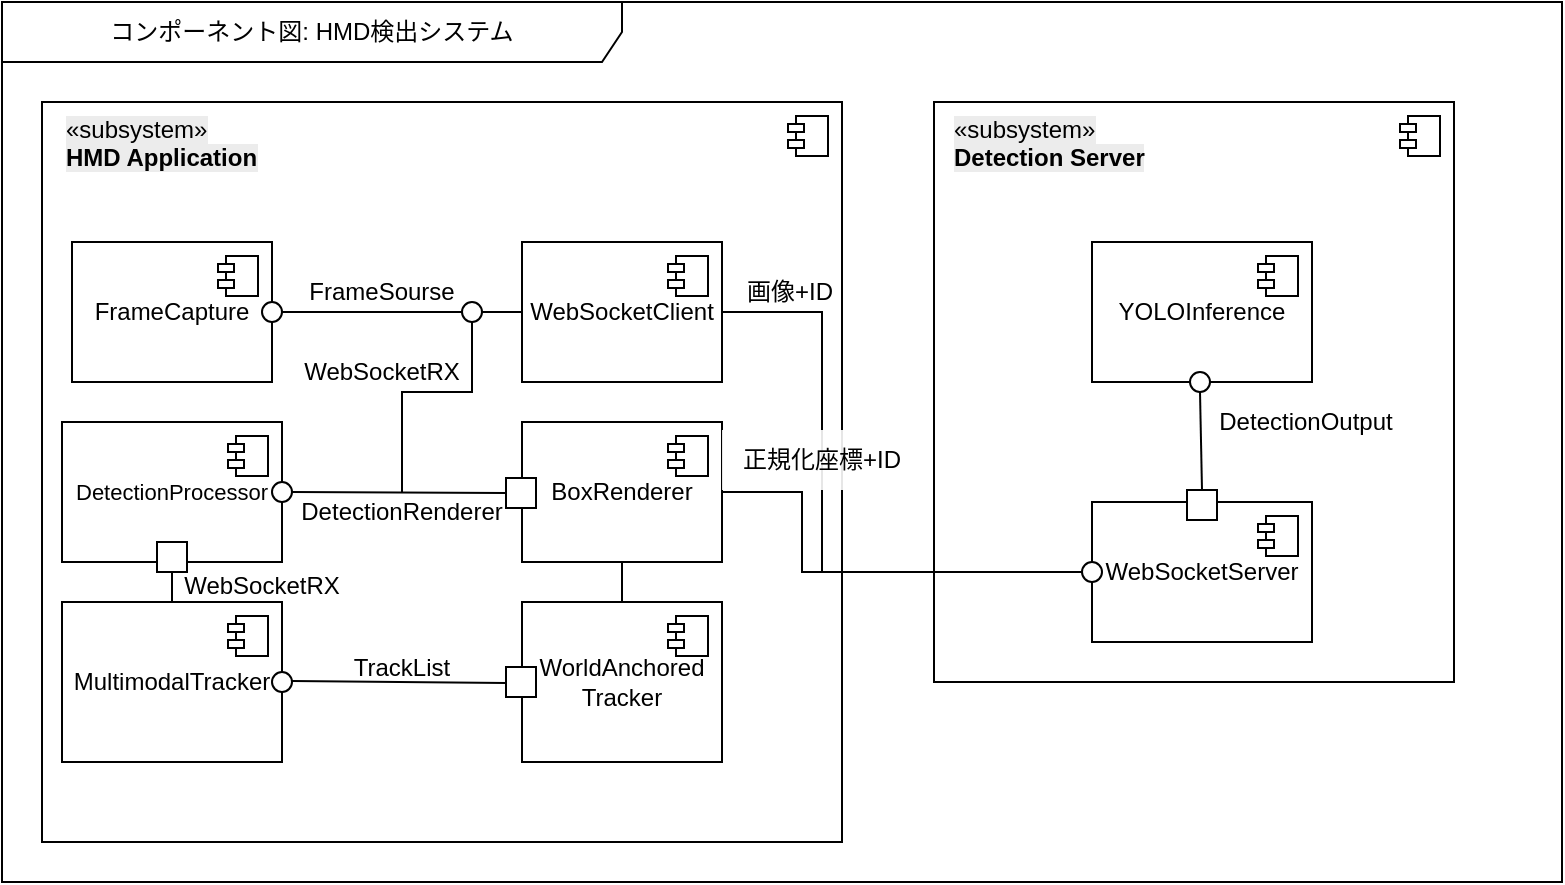
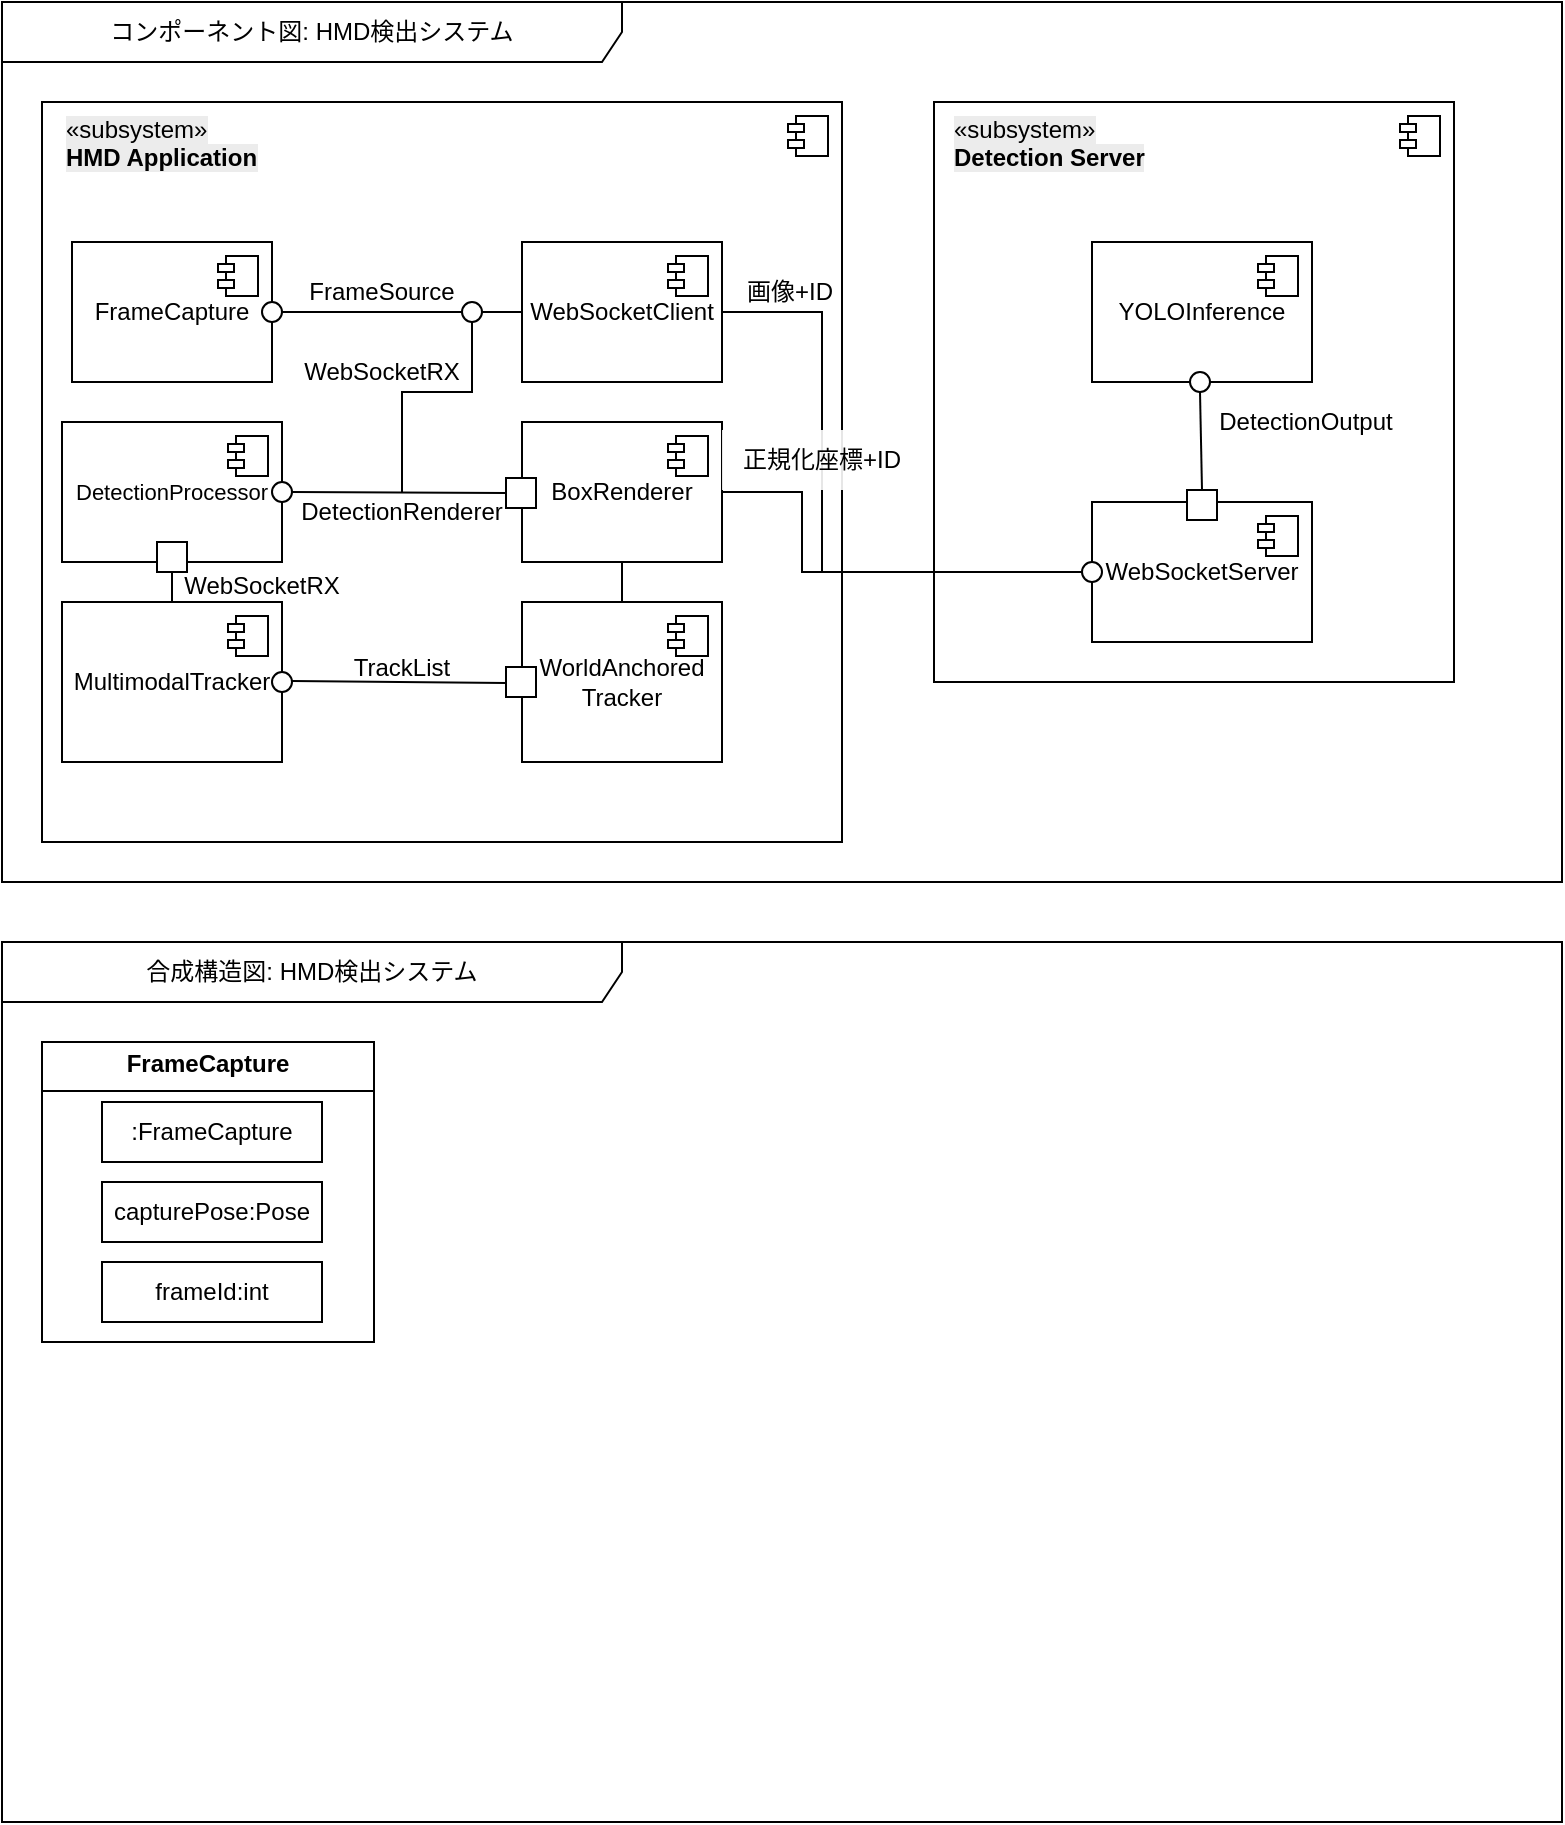
<mxfile host="app.diagrams.net">
  <diagram name="ページ-1" id="DtH6AvwE5zcW3kwFTXOg">
-     <mxGraphModel dx="1406" dy="780" grid="1" gridSize="10" guides="1" tooltips="1" connect="1" arrows="1" fold="1" page="1" pageScale="1" pageWidth="827" pageHeight="1169" math="0" shadow="0">
+     <mxGraphModel dx="803" dy="446" grid="1" gridSize="10" guides="1" tooltips="1" connect="1" arrows="1" fold="1" page="1" pageScale="1" pageWidth="827" pageHeight="1169" math="0" shadow="0">
      <root>
        <mxCell id="0" />
        <mxCell id="1" parent="0" />
        <mxCell id="3QeEdlnvxezNMO2gkXxy-1" parent="1" style="shape=umlFrame;whiteSpace=wrap;html=1;pointerEvents=0;width=310;height=30;" value="コンポーネント図: HMD検出システム" vertex="1">
          <mxGeometry height="440" width="780" x="24" y="10" as="geometry" />
        </mxCell>
        <mxCell id="3QeEdlnvxezNMO2gkXxy-2" parent="1" style="html=1;dropTarget=0;whiteSpace=wrap;align=left;" value="" vertex="1">
          <mxGeometry height="370" width="400" x="44" y="60" as="geometry" />
        </mxCell>
        <mxCell id="3QeEdlnvxezNMO2gkXxy-3" parent="3QeEdlnvxezNMO2gkXxy-2" style="shape=module;jettyWidth=8;jettyHeight=4;" value="" vertex="1">
          <mxGeometry height="20" relative="1" width="20" x="1" as="geometry">
            <mxPoint x="-27" y="7" as="offset" />
          </mxGeometry>
        </mxCell>
        <mxCell id="3QeEdlnvxezNMO2gkXxy-4" parent="1" style="text;whiteSpace=wrap;html=1;" value="&lt;span&gt;&lt;span style=&quot;color: rgb(0, 0, 0); font-family: Helvetica; font-size: 12px; font-style: normal; font-variant-ligatures: normal; font-variant-caps: normal; font-weight: 400; letter-spacing: normal; orphans: 2; text-align: left; text-indent: 0px; text-transform: none; widows: 2; word-spacing: 0px; -webkit-text-stroke-width: 0px; white-space: normal; text-decoration-thickness: initial; text-decoration-style: initial; text-decoration-color: initial; float: none; display: inline !important; background-color: rgb(236, 236, 236);&quot;&gt;«subsystem»&lt;/span&gt;&lt;br style=&quot;forced-color-adjust: none; color: rgb(0, 0, 0); font-family: Helvetica; font-size: 12px; font-style: normal; font-variant-ligatures: normal; font-variant-caps: normal; font-weight: 400; letter-spacing: normal; orphans: 2; text-align: left; text-indent: 0px; text-transform: none; widows: 2; word-spacing: 0px; -webkit-text-stroke-width: 0px; white-space: normal; text-decoration-thickness: initial; text-decoration-style: initial; text-decoration-color: initial; background-color: rgb(236, 236, 236);&quot;&gt;&lt;b style=&quot;forced-color-adjust: none; color: rgb(0, 0, 0); font-family: Helvetica; font-size: 12px; font-style: normal; font-variant-ligatures: normal; font-variant-caps: normal; letter-spacing: normal; orphans: 2; text-align: left; text-indent: 0px; text-transform: none; widows: 2; word-spacing: 0px; -webkit-text-stroke-width: 0px; white-space: normal; text-decoration-thickness: initial; text-decoration-style: initial; text-decoration-color: initial; background-color: rgb(236, 236, 236);&quot;&gt;HMD Application&lt;/b&gt;&lt;/span&gt;" vertex="1">
          <mxGeometry height="50" width="130" x="54" y="60" as="geometry" />
        </mxCell>
        <mxCell id="3QeEdlnvxezNMO2gkXxy-5" parent="1" style="html=1;dropTarget=0;whiteSpace=wrap;" value="FrameCapture" vertex="1">
          <mxGeometry height="70" width="100" x="59" y="130" as="geometry" />
        </mxCell>
        <mxCell id="3QeEdlnvxezNMO2gkXxy-6" parent="3QeEdlnvxezNMO2gkXxy-5" style="shape=module;jettyWidth=8;jettyHeight=4;" value="" vertex="1">
          <mxGeometry height="20" relative="1" width="20" x="1" as="geometry">
            <mxPoint x="-27" y="7" as="offset" />
          </mxGeometry>
        </mxCell>
        <mxCell id="3QeEdlnvxezNMO2gkXxy-7" parent="1" style="html=1;dropTarget=0;whiteSpace=wrap;" value="WebSocketClient&lt;span style=&quot;color: rgba(0, 0, 0, 0); font-family: monospace; font-size: 0px; text-align: start; text-wrap-mode: nowrap;&quot;&gt;%3CmxGraphModel%3E%3Croot%3E%3CmxCell%20id%3D%220%22%2F%3E%3CmxCell%20id%3D%221%22%20parent%3D%220%22%2F%3E%3CmxCell%20id%3D%222%22%20parent%3D%221%22%20style%3D%22html%3D1%3BdropTarget%3D0%3BwhiteSpace%3Dwrap%3B%22%20value%3D%22FrameCapture%22%20vertex%3D%221%22%3E%3CmxGeometry%20height%3D%2270%22%20width%3D%22100%22%20x%3D%2250%22%20y%3D%22150%22%20as%3D%22geometry%22%2F%3E%3C%2FmxCell%3E%3CmxCell%20id%3D%223%22%20parent%3D%222%22%20style%3D%22shape%3Dmodule%3BjettyWidth%3D8%3BjettyHeight%3D4%3B%22%20value%3D%22%22%20vertex%3D%221%22%3E%3CmxGeometry%20height%3D%2220%22%20relative%3D%221%22%20width%3D%2220%22%20x%3D%221%22%20as%3D%22geometry%22%3E%3CmxPoint%20x%3D%22-27%22%20y%3D%227%22%20as%3D%22offset%22%2F%3E%3C%2FmxGeometry%3E%3C%2FmxCell%3E%3C%2Froot%3E%3C%2FmxGraphModel%3E&lt;/span&gt;&lt;span style=&quot;color: rgba(0, 0, 0, 0); font-family: monospace; font-size: 0px; text-align: start; text-wrap-mode: nowrap;&quot;&gt;%3CmxGraphModel%3E%3Croot%3E%3CmxCell%20id%3D%220%22%2F%3E%3CmxCell%20id%3D%221%22%20parent%3D%220%22%2F%3E%3CmxCell%20id%3D%222%22%20parent%3D%221%22%20style%3D%22html%3D1%3BdropTarget%3D0%3BwhiteSpace%3Dwrap%3B%22%20value%3D%22FrameCapture%22%20vertex%3D%221%22%3E%3CmxGeometry%20height%3D%2270%22%20width%3D%22100%22%20x%3D%2250%22%20y%3D%22150%22%20as%3D%22geometry%22%2F%3E%3C%2FmxCell%3E%3CmxCell%20id%3D%223%22%20parent%3D%222%22%20style%3D%22shape%3Dmodule%3BjettyWidth%3D8%3BjettyHeight%3D4%3B%22%20value%3D%22%22%20vertex%3D%221%22%3E%3CmxGeometry%20height%3D%2220%22%20relative%3D%221%22%20width%3D%2220%22%20x%3D%221%22%20as%3D%22geometry%22%3E%3CmxPoint%20x%3D%22-27%22%20y%3D%227%22%20as%3D%22offset%22%2F%3E%3C%2FmxGeometry%3E%3C%2FmxCell%3E%3C%2Froot%3E%3C%2FmxGraphModel%3E&lt;/span&gt;" vertex="1">
          <mxGeometry height="70" width="100" x="284" y="130" as="geometry" />
        </mxCell>
        <mxCell id="3QeEdlnvxezNMO2gkXxy-8" parent="3QeEdlnvxezNMO2gkXxy-7" style="shape=module;jettyWidth=8;jettyHeight=4;" value="" vertex="1">
          <mxGeometry height="20" relative="1" width="20" x="1" as="geometry">
            <mxPoint x="-27" y="7" as="offset" />
          </mxGeometry>
        </mxCell>
        <mxCell id="3QeEdlnvxezNMO2gkXxy-9" parent="1" style="html=1;dropTarget=0;whiteSpace=wrap;" value="&lt;font style=&quot;font-size: 11px;&quot;&gt;DetectionProcessor&lt;/font&gt;" vertex="1">
          <mxGeometry height="70" width="110" x="54" y="220" as="geometry" />
        </mxCell>
        <mxCell id="3QeEdlnvxezNMO2gkXxy-10" parent="3QeEdlnvxezNMO2gkXxy-9" style="shape=module;jettyWidth=8;jettyHeight=4;" value="" vertex="1">
          <mxGeometry height="20" relative="1" width="20" x="1" as="geometry">
            <mxPoint x="-27" y="7" as="offset" />
          </mxGeometry>
        </mxCell>
        <mxCell id="3QeEdlnvxezNMO2gkXxy-11" parent="1" style="html=1;dropTarget=0;whiteSpace=wrap;" value="BoxRenderer" vertex="1">
          <mxGeometry height="70" width="100" x="284" y="220" as="geometry" />
        </mxCell>
        <mxCell id="3QeEdlnvxezNMO2gkXxy-12" parent="3QeEdlnvxezNMO2gkXxy-11" style="shape=module;jettyWidth=8;jettyHeight=4;" value="" vertex="1">
          <mxGeometry height="20" relative="1" width="20" x="1" as="geometry">
            <mxPoint x="-27" y="7" as="offset" />
          </mxGeometry>
        </mxCell>
        <mxCell id="3QeEdlnvxezNMO2gkXxy-13" parent="1" style="html=1;dropTarget=0;whiteSpace=wrap;" value="MultimodalTracker" vertex="1">
          <mxGeometry height="80" width="110" x="54" y="310" as="geometry" />
        </mxCell>
        <mxCell id="3QeEdlnvxezNMO2gkXxy-14" parent="3QeEdlnvxezNMO2gkXxy-13" style="shape=module;jettyWidth=8;jettyHeight=4;" value="" vertex="1">
          <mxGeometry height="20" relative="1" width="20" x="1" as="geometry">
            <mxPoint x="-27" y="7" as="offset" />
          </mxGeometry>
        </mxCell>
        <mxCell id="3QeEdlnvxezNMO2gkXxy-15" parent="1" style="html=1;dropTarget=0;whiteSpace=wrap;" value="WorldAnchored&lt;div&gt;Tracker&lt;/div&gt;" vertex="1">
          <mxGeometry height="80" width="100" x="284" y="310" as="geometry" />
        </mxCell>
        <mxCell id="3QeEdlnvxezNMO2gkXxy-16" parent="3QeEdlnvxezNMO2gkXxy-15" style="shape=module;jettyWidth=8;jettyHeight=4;" value="" vertex="1">
          <mxGeometry height="20" relative="1" width="20" x="1" as="geometry">
            <mxPoint x="-27" y="7" as="offset" />
          </mxGeometry>
        </mxCell>
        <mxCell id="3QeEdlnvxezNMO2gkXxy-18" parent="1" style="ellipse;whiteSpace=wrap;html=1;aspect=fixed;" value="" vertex="1">
          <mxGeometry height="10" width="10" x="154" y="160" as="geometry" />
        </mxCell>
        <mxCell id="3QeEdlnvxezNMO2gkXxy-19" edge="1" parent="1" source="3QeEdlnvxezNMO2gkXxy-18" style="endArrow=none;html=1;rounded=0;exitX=1;exitY=0.5;exitDx=0;exitDy=0;entryX=0;entryY=0.5;entryDx=0;entryDy=0;" target="3QeEdlnvxezNMO2gkXxy-7" value="">
          <mxGeometry height="50" relative="1" width="50" as="geometry">
            <mxPoint x="214" y="180.90909090909088" as="sourcePoint" />
            <mxPoint x="214" y="199.09090909090912" as="targetPoint" />
          </mxGeometry>
        </mxCell>
        <mxCell id="3QeEdlnvxezNMO2gkXxy-20" parent="1" style="ellipse;whiteSpace=wrap;html=1;aspect=fixed;" value="" vertex="1">
          <mxGeometry height="10" width="10" x="159" y="250" as="geometry" />
        </mxCell>
        <mxCell id="3QeEdlnvxezNMO2gkXxy-21" parent="1" style="whiteSpace=wrap;html=1;aspect=fixed;" value="" vertex="1">
          <mxGeometry height="15" width="15" x="276" y="248" as="geometry" />
        </mxCell>
        <mxCell id="3QeEdlnvxezNMO2gkXxy-22" edge="1" parent="1" source="3QeEdlnvxezNMO2gkXxy-21" style="endArrow=none;html=1;rounded=0;entryX=1;entryY=0.5;entryDx=0;entryDy=0;exitX=0;exitY=0.5;exitDx=0;exitDy=0;" target="3QeEdlnvxezNMO2gkXxy-20" value="">
          <mxGeometry height="50" relative="1" width="50" as="geometry">
            <Array as="points" />
            <mxPoint x="314" y="310" as="sourcePoint" />
            <mxPoint x="364" y="260" as="targetPoint" />
          </mxGeometry>
        </mxCell>
        <mxCell id="3QeEdlnvxezNMO2gkXxy-23" edge="1" parent="1" style="endArrow=none;html=1;rounded=0;entryX=0.5;entryY=1;entryDx=0;entryDy=0;" value="">
          <mxGeometry height="50" relative="1" width="50" as="geometry">
            <Array as="points">
              <mxPoint x="224" y="235" />
              <mxPoint x="224" y="205" />
              <mxPoint x="259" y="205" />
            </Array>
            <mxPoint x="224" y="255" as="sourcePoint" />
            <mxPoint x="259" y="165" as="targetPoint" />
          </mxGeometry>
        </mxCell>
        <mxCell id="3QeEdlnvxezNMO2gkXxy-17" parent="1" style="ellipse;whiteSpace=wrap;html=1;aspect=fixed;" value="" vertex="1">
          <mxGeometry height="10" width="10" x="254" y="160" as="geometry" />
        </mxCell>
        <mxCell id="3QeEdlnvxezNMO2gkXxy-24" parent="1" style="whiteSpace=wrap;html=1;aspect=fixed;" value="" vertex="1">
          <mxGeometry height="15" width="15" x="101.5" y="280" as="geometry" />
        </mxCell>
        <mxCell id="3QeEdlnvxezNMO2gkXxy-25" parent="1" style="whiteSpace=wrap;html=1;aspect=fixed;" value="" vertex="1">
          <mxGeometry height="15" width="15" x="276" y="342.5" as="geometry" />
        </mxCell>
        <mxCell id="3QeEdlnvxezNMO2gkXxy-26" parent="1" style="ellipse;whiteSpace=wrap;html=1;aspect=fixed;" value="" vertex="1">
          <mxGeometry height="10" width="10" x="159" y="345" as="geometry" />
        </mxCell>
        <mxCell id="3QeEdlnvxezNMO2gkXxy-27" edge="1" parent="1" style="endArrow=none;html=1;rounded=0;entryX=1;entryY=0.5;entryDx=0;entryDy=0;exitX=0;exitY=0.5;exitDx=0;exitDy=0;" value="">
          <mxGeometry height="50" relative="1" width="50" as="geometry">
            <Array as="points" />
            <mxPoint x="276" y="350.5" as="sourcePoint" />
            <mxPoint x="169" y="349.5" as="targetPoint" />
          </mxGeometry>
        </mxCell>
        <mxCell id="3QeEdlnvxezNMO2gkXxy-28" edge="1" parent="1" source="3QeEdlnvxezNMO2gkXxy-13" style="endArrow=none;html=1;rounded=0;entryX=0.5;entryY=1;entryDx=0;entryDy=0;exitX=0.5;exitY=0;exitDx=0;exitDy=0;" target="3QeEdlnvxezNMO2gkXxy-24" value="">
          <mxGeometry height="50" relative="1" width="50" as="geometry">
            <Array as="points" />
            <mxPoint x="281" y="311" as="sourcePoint" />
            <mxPoint x="174" y="310" as="targetPoint" />
          </mxGeometry>
        </mxCell>
        <mxCell id="3QeEdlnvxezNMO2gkXxy-29" edge="1" parent="1" source="3QeEdlnvxezNMO2gkXxy-15" style="endArrow=none;html=1;rounded=0;entryX=0.5;entryY=1;entryDx=0;entryDy=0;exitX=0.5;exitY=0;exitDx=0;exitDy=0;" target="3QeEdlnvxezNMO2gkXxy-11" value="">
          <mxGeometry height="50" relative="1" width="50" as="geometry">
            <Array as="points" />
            <mxPoint x="321" y="301" as="sourcePoint" />
            <mxPoint x="214" y="300" as="targetPoint" />
          </mxGeometry>
        </mxCell>
-         <mxCell id="3QeEdlnvxezNMO2gkXxy-30" parent="1" style="text;html=1;whiteSpace=wrap;strokeColor=none;fillColor=none;align=center;verticalAlign=middle;rounded=0;" value="FrameSourse" vertex="1">
+         <mxCell id="3QeEdlnvxezNMO2gkXxy-30" parent="1" style="text;html=1;whiteSpace=wrap;strokeColor=none;fillColor=none;align=center;verticalAlign=middle;rounded=0;" value="FrameSource" vertex="1">
          <mxGeometry height="30" width="60" x="184" y="140" as="geometry" />
        </mxCell>
        <mxCell id="3QeEdlnvxezNMO2gkXxy-31" parent="1" style="text;html=1;whiteSpace=wrap;strokeColor=none;fillColor=none;align=center;verticalAlign=middle;rounded=0;" value="WebSocketRX" vertex="1">
          <mxGeometry height="30" width="60" x="184" y="180" as="geometry" />
        </mxCell>
        <mxCell id="3QeEdlnvxezNMO2gkXxy-34" parent="1" style="text;html=1;whiteSpace=wrap;strokeColor=none;fillColor=none;align=center;verticalAlign=middle;rounded=0;" value="DetectionRenderer" vertex="1">
          <mxGeometry height="30" width="60" x="194" y="250" as="geometry" />
        </mxCell>
        <mxCell id="3QeEdlnvxezNMO2gkXxy-35" parent="1" style="text;html=1;whiteSpace=wrap;strokeColor=none;fillColor=none;align=center;verticalAlign=middle;rounded=0;" value="WebSocketRX" vertex="1">
          <mxGeometry height="30" width="60" x="124" y="287" as="geometry" />
        </mxCell>
        <mxCell id="3QeEdlnvxezNMO2gkXxy-36" parent="1" style="text;html=1;whiteSpace=wrap;strokeColor=none;fillColor=none;align=center;verticalAlign=middle;rounded=0;" value="TrackList" vertex="1">
          <mxGeometry height="30" width="60" x="194" y="327.5" as="geometry" />
        </mxCell>
        <mxCell id="3QeEdlnvxezNMO2gkXxy-37" parent="1" style="html=1;dropTarget=0;whiteSpace=wrap;align=left;" value="&lt;mxGraphModel&gt;&lt;root&gt;&lt;mxCell id=&quot;0&quot;/&gt;&lt;mxCell id=&quot;1&quot; parent=&quot;0&quot;/&gt;&lt;mxCell id=&quot;2&quot; parent=&quot;1&quot; style=&quot;html=1;dropTarget=0;whiteSpace=wrap;&quot; value=&quot;WebSocketClient&amp;lt;span style=&amp;quot;color: rgba(0, 0, 0, 0); font-family: monospace; font-size: 0px; text-align: start; text-wrap-mode: nowrap;&amp;quot;&amp;gt;%3CmxGraphModel%3E%3Croot%3E%3CmxCell%20id%3D%220%22%2F%3E%3CmxCell%20id%3D%221%22%20parent%3D%220%22%2F%3E%3CmxCell%20id%3D%222%22%20parent%3D%221%22%20style%3D%22html%3D1%3BdropTarget%3D0%3BwhiteSpace%3Dwrap%3B%22%20value%3D%22FrameCapture%22%20vertex%3D%221%22%3E%3CmxGeometry%20height%3D%2270%22%20width%3D%22100%22%20x%3D%2250%22%20y%3D%22150%22%20as%3D%22geometry%22%2F%3E%3C%2FmxCell%3E%3CmxCell%20id%3D%223%22%20parent%3D%222%22%20style%3D%22shape%3Dmodule%3BjettyWidth%3D8%3BjettyHeight%3D4%3B%22%20value%3D%22%22%20vertex%3D%221%22%3E%3CmxGeometry%20height%3D%2220%22%20relative%3D%221%22%20width%3D%2220%22%20x%3D%221%22%20as%3D%22geometry%22%3E%3CmxPoint%20x%3D%22-27%22%20y%3D%227%22%20as%3D%22offset%22%2F%3E%3C%2FmxGeometry%3E%3C%2FmxCell%3E%3C%2Froot%3E%3C%2FmxGraphModel%3E&amp;lt;/span&amp;gt;&amp;lt;span style=&amp;quot;color: rgba(0, 0, 0, 0); font-family: monospace; font-size: 0px; text-align: start; text-wrap-mode: nowrap;&amp;quot;&amp;gt;%3CmxGraphModel%3E%3Croot%3E%3CmxCell%20id%3D%220%22%2F%3E%3CmxCell%20id%3D%221%22%20parent%3D%220%22%2F%3E%3CmxCell%20id%3D%222%22%20parent%3D%221%22%20style%3D%22html%3D1%3BdropTarget%3D0%3BwhiteSpace%3Dwrap%3B%22%20value%3D%22FrameCapture%22%20vertex%3D%221%22%3E%3CmxGeometry%20height%3D%2270%22%20width%3D%22100%22%20x%3D%2250%22%20y%3D%22150%22%20as%3D%22geometry%22%2F%3E%3C%2FmxCell%3E%3CmxCell%20id%3D%223%22%20parent%3D%222%22%20style%3D%22shape%3Dmodule%3BjettyWidth%3D8%3BjettyHeight%3D4%3B%22%20value%3D%22%22%20vertex%3D%221%22%3E%3CmxGeometry%20height%3D%2220%22%20relative%3D%221%22%20width%3D%2220%22%20x%3D%221%22%20as%3D%22geometry%22%3E%3CmxPoint%20x%3D%22-27%22%20y%3D%227%22%20as%3D%22offset%22%2F%3E%3C%2FmxGeometry%3E%3C%2FmxCell%3E%3C%2Froot%3E%3C%2FmxGraphModel%3E" vertex="1">
          <mxGeometry height="290" width="260" x="490" y="60" as="geometry" />
        </mxCell>
        <mxCell id="3QeEdlnvxezNMO2gkXxy-38" parent="3QeEdlnvxezNMO2gkXxy-37" style="shape=module;jettyWidth=8;jettyHeight=4;" value="" vertex="1">
          <mxGeometry height="20" relative="1" width="20" x="1" as="geometry">
            <mxPoint x="-27" y="7" as="offset" />
          </mxGeometry>
        </mxCell>
        <mxCell id="3QeEdlnvxezNMO2gkXxy-39" parent="1" style="text;whiteSpace=wrap;html=1;" value="&lt;span&gt;&lt;span style=&quot;color: rgb(0, 0, 0); font-family: Helvetica; font-size: 12px; font-style: normal; font-variant-ligatures: normal; font-variant-caps: normal; font-weight: 400; letter-spacing: normal; orphans: 2; text-align: left; text-indent: 0px; text-transform: none; widows: 2; word-spacing: 0px; -webkit-text-stroke-width: 0px; white-space: normal; text-decoration-thickness: initial; text-decoration-style: initial; text-decoration-color: initial; float: none; background-color: rgb(236, 236, 236); display: inline !important;&quot;&gt;«subsystem»&lt;/span&gt;&lt;br style=&quot;forced-color-adjust: none; color: rgb(0, 0, 0); font-family: Helvetica; font-size: 12px; font-style: normal; font-variant-ligatures: normal; font-variant-caps: normal; font-weight: 400; letter-spacing: normal; orphans: 2; text-align: left; text-indent: 0px; text-transform: none; widows: 2; word-spacing: 0px; -webkit-text-stroke-width: 0px; white-space: normal; text-decoration-thickness: initial; text-decoration-style: initial; text-decoration-color: initial; background-color: rgb(236, 236, 236);&quot;&gt;&lt;b style=&quot;forced-color-adjust: none; color: rgb(0, 0, 0); font-family: Helvetica; font-size: 12px; font-style: normal; font-variant-ligatures: normal; font-variant-caps: normal; letter-spacing: normal; orphans: 2; text-align: left; text-indent: 0px; text-transform: none; widows: 2; word-spacing: 0px; -webkit-text-stroke-width: 0px; white-space: normal; text-decoration-thickness: initial; text-decoration-style: initial; text-decoration-color: initial; background-color: rgb(236, 236, 236);&quot;&gt;Detection Server&lt;/b&gt;&lt;/span&gt;" vertex="1">
          <mxGeometry height="50" width="130" x="498" y="60" as="geometry" />
        </mxCell>
        <mxCell id="3QeEdlnvxezNMO2gkXxy-41" parent="1" style="html=1;dropTarget=0;whiteSpace=wrap;" value="YOLOInference" vertex="1">
          <mxGeometry height="70" width="110" x="569" y="130" as="geometry" />
        </mxCell>
        <mxCell id="3QeEdlnvxezNMO2gkXxy-42" parent="3QeEdlnvxezNMO2gkXxy-41" style="shape=module;jettyWidth=8;jettyHeight=4;" value="" vertex="1">
          <mxGeometry height="20" relative="1" width="20" x="1" as="geometry">
            <mxPoint x="-27" y="7" as="offset" />
          </mxGeometry>
        </mxCell>
        <mxCell id="3QeEdlnvxezNMO2gkXxy-43" parent="1" style="html=1;dropTarget=0;whiteSpace=wrap;" value="WebSocketServer" vertex="1">
          <mxGeometry height="70" width="110" x="569" y="260" as="geometry" />
        </mxCell>
        <mxCell id="3QeEdlnvxezNMO2gkXxy-44" parent="3QeEdlnvxezNMO2gkXxy-43" style="shape=module;jettyWidth=8;jettyHeight=4;" value="" vertex="1">
          <mxGeometry height="20" relative="1" width="20" x="1" as="geometry">
            <mxPoint x="-27" y="7" as="offset" />
          </mxGeometry>
        </mxCell>
        <mxCell id="3QeEdlnvxezNMO2gkXxy-45" parent="1" style="ellipse;whiteSpace=wrap;html=1;aspect=fixed;" value="" vertex="1">
          <mxGeometry height="10" width="10" x="618" y="195" as="geometry" />
        </mxCell>
        <mxCell id="3QeEdlnvxezNMO2gkXxy-46" parent="1" style="ellipse;whiteSpace=wrap;html=1;aspect=fixed;" value="" vertex="1">
          <mxGeometry height="10" width="10" x="564" y="290" as="geometry" />
        </mxCell>
        <mxCell id="3QeEdlnvxezNMO2gkXxy-47" parent="1" style="whiteSpace=wrap;html=1;aspect=fixed;" value="" vertex="1">
          <mxGeometry height="15" width="15" x="616.5" y="254" as="geometry" />
        </mxCell>
        <mxCell id="3QeEdlnvxezNMO2gkXxy-48" edge="1" parent="1" source="3QeEdlnvxezNMO2gkXxy-47" style="endArrow=none;html=1;rounded=0;entryX=0.5;entryY=1;entryDx=0;entryDy=0;exitX=0.5;exitY=0;exitDx=0;exitDy=0;" target="3QeEdlnvxezNMO2gkXxy-45" value="">
          <mxGeometry height="50" relative="1" width="50" as="geometry">
            <mxPoint x="434" y="250" as="sourcePoint" />
            <mxPoint x="484" y="200" as="targetPoint" />
          </mxGeometry>
        </mxCell>
        <mxCell id="3QeEdlnvxezNMO2gkXxy-50" edge="1" parent="1" source="3QeEdlnvxezNMO2gkXxy-46" style="endArrow=none;html=1;rounded=0;entryX=1;entryY=0.5;entryDx=0;entryDy=0;exitX=0;exitY=0.5;exitDx=0;exitDy=0;" target="3QeEdlnvxezNMO2gkXxy-7" value="">
          <mxGeometry height="50" relative="1" width="50" as="geometry">
            <Array as="points">
              <mxPoint x="434" y="295" />
              <mxPoint x="434" y="165" />
            </Array>
            <mxPoint x="434" y="250" as="sourcePoint" />
            <mxPoint x="484" y="200" as="targetPoint" />
          </mxGeometry>
        </mxCell>
        <mxCell id="3QeEdlnvxezNMO2gkXxy-51" edge="1" parent="1" source="3QeEdlnvxezNMO2gkXxy-11" style="endArrow=none;html=1;rounded=0;exitX=1;exitY=0.5;exitDx=0;exitDy=0;entryX=0;entryY=0.5;entryDx=0;entryDy=0;" target="3QeEdlnvxezNMO2gkXxy-46" value="">
          <mxGeometry height="50" relative="1" width="50" as="geometry">
            <Array as="points">
              <mxPoint x="424" y="255" />
              <mxPoint x="424" y="295" />
            </Array>
            <mxPoint x="434" y="250" as="sourcePoint" />
            <mxPoint x="484" y="200" as="targetPoint" />
          </mxGeometry>
        </mxCell>
        <mxCell id="3QeEdlnvxezNMO2gkXxy-52" parent="1" style="text;html=1;whiteSpace=wrap;strokeColor=none;fillColor=none;align=center;verticalAlign=middle;rounded=0;" value="画像+ID" vertex="1">
          <mxGeometry height="30" width="60" x="388" y="140" as="geometry" />
        </mxCell>
        <mxCell id="3QeEdlnvxezNMO2gkXxy-53" parent="1" style="text;html=1;whiteSpace=wrap;strokeColor=none;fillColor=default;align=center;verticalAlign=middle;rounded=0;opacity=90;" value="正規化座標+ID" vertex="1">
          <mxGeometry height="30" width="100" x="384" y="224" as="geometry" />
        </mxCell>
        <mxCell id="3QeEdlnvxezNMO2gkXxy-54" parent="1" style="text;html=1;whiteSpace=wrap;strokeColor=none;fillColor=none;align=center;verticalAlign=middle;rounded=0;" value="DetectionOutput" vertex="1">
          <mxGeometry height="30" width="96" x="628" y="205" as="geometry" />
        </mxCell>
+         <mxCell id="3QeEdlnvxezNMO2gkXxy-55" parent="1" style="shape=umlFrame;whiteSpace=wrap;html=1;pointerEvents=0;width=310;height=30;" value="合成構造図: HMD検出システム" vertex="1">
+           <mxGeometry height="440" width="780" x="24" y="480" as="geometry" />
+         </mxCell>
+         <mxCell id="3QeEdlnvxezNMO2gkXxy-56" parent="1" style="verticalAlign=top;align=left;overflow=fill;html=1;whiteSpace=wrap;" value="&lt;p style=&quot;margin:0px;margin-top:4px;text-align:center;&quot;&gt;&lt;b&gt;FrameCapture&lt;/b&gt;&lt;/p&gt;&lt;hr size=&quot;1&quot; style=&quot;border-style:solid;&quot;&gt;&lt;div style=&quot;height:2px;&quot;&gt;&lt;/div&gt;" vertex="1">
+           <mxGeometry height="150" width="166" x="44" y="530" as="geometry" />
+         </mxCell>
+         <mxCell id="3QeEdlnvxezNMO2gkXxy-57" parent="1" style="html=1;whiteSpace=wrap;" value=":FrameCapture" vertex="1">
+           <mxGeometry height="30" width="110" x="74" y="560" as="geometry" />
+         </mxCell>
+         <mxCell id="3QeEdlnvxezNMO2gkXxy-58" parent="1" style="html=1;whiteSpace=wrap;" value="capturePose:Pose&lt;span style=&quot;color: rgba(0, 0, 0, 0); font-family: monospace; font-size: 0px; text-align: start; text-wrap-mode: nowrap;&quot;&gt;%3CmxGraphModel%3E%3Croot%3E%3CmxCell%20id%3D%220%22%2F%3E%3CmxCell%20id%3D%221%22%20parent%3D%220%22%2F%3E%3CmxCell%20id%3D%222%22%20parent%3D%221%22%20style%3D%22html%3D1%3BwhiteSpace%3Dwrap%3B%22%20value%3D%22%3AFrameCapture%22%20vertex%3D%221%22%3E%3CmxGeometry%20height%3D%2230%22%20width%3D%22110%22%20x%3D%2299%22%20y%3D%22560%22%20as%3D%22geometry%22%2F%3E%3C%2FmxCell%3E%3C%2Froot%3E%3C%2FmxGraphModel%3E&lt;/span&gt;&lt;span style=&quot;color: rgba(0, 0, 0, 0); font-family: monospace; font-size: 0px; text-align: start; text-wrap-mode: nowrap;&quot;&gt;%3CmxGraphModel%3E%3Croot%3E%3CmxCell%20id%3D%220%22%2F%3E%3CmxCell%20id%3D%221%22%20parent%3D%220%22%2F%3E%3CmxCell%20id%3D%222%22%20parent%3D%221%22%20style%3D%22html%3D1%3BwhiteSpace%3Dwrap%3B%22%20value%3D%22%3AFrameCapture%22%20vertex%3D%221%22%3E%3CmxGeometry%20height%3D%2230%22%20width%3D%22110%22%20x%3D%2299%22%20y%3D%22560%22%20as%3D%22geometry%22%2F%3E%3C%2FmxCell%3E%3C%2Froot%3E%3C%2FmxGraphModel%3E&lt;/span&gt;&lt;span style=&quot;color: rgba(0, 0, 0, 0); font-family: monospace; font-size: 0px; text-align: start; text-wrap-mode: nowrap;&quot;&gt;%3CmxGraphModel%3E%3Croot%3E%3CmxCell%20id%3D%220%22%2F%3E%3CmxCell%20id%3D%221%22%20parent%3D%220%22%2F%3E%3CmxCell%20id%3D%222%22%20parent%3D%221%22%20style%3D%22html%3D1%3BwhiteSpace%3Dwrap%3B%22%20value%3D%22%3AFrameCapture%22%20vertex%3D%221%22%3E%3CmxGeometry%20height%3D%2230%22%20width%3D%22110%22%20x%3D%2299%22%20y%3D%22560%22%20as%3D%22geometry%22%2F%3E%3C%2FmxCell%3E%3C%2Froot%3E%3C%2FmxGraphModel%3E&lt;/span&gt;" vertex="1">
+           <mxGeometry height="30" width="110" x="74" y="600" as="geometry" />
+         </mxCell>
+         <mxCell id="3QeEdlnvxezNMO2gkXxy-60" parent="1" style="html=1;whiteSpace=wrap;" value="frameId:int" vertex="1">
+           <mxGeometry height="30" width="110" x="74" y="640" as="geometry" />
+         </mxCell>
      </root>
    </mxGraphModel>
  </diagram>
</mxfile>
